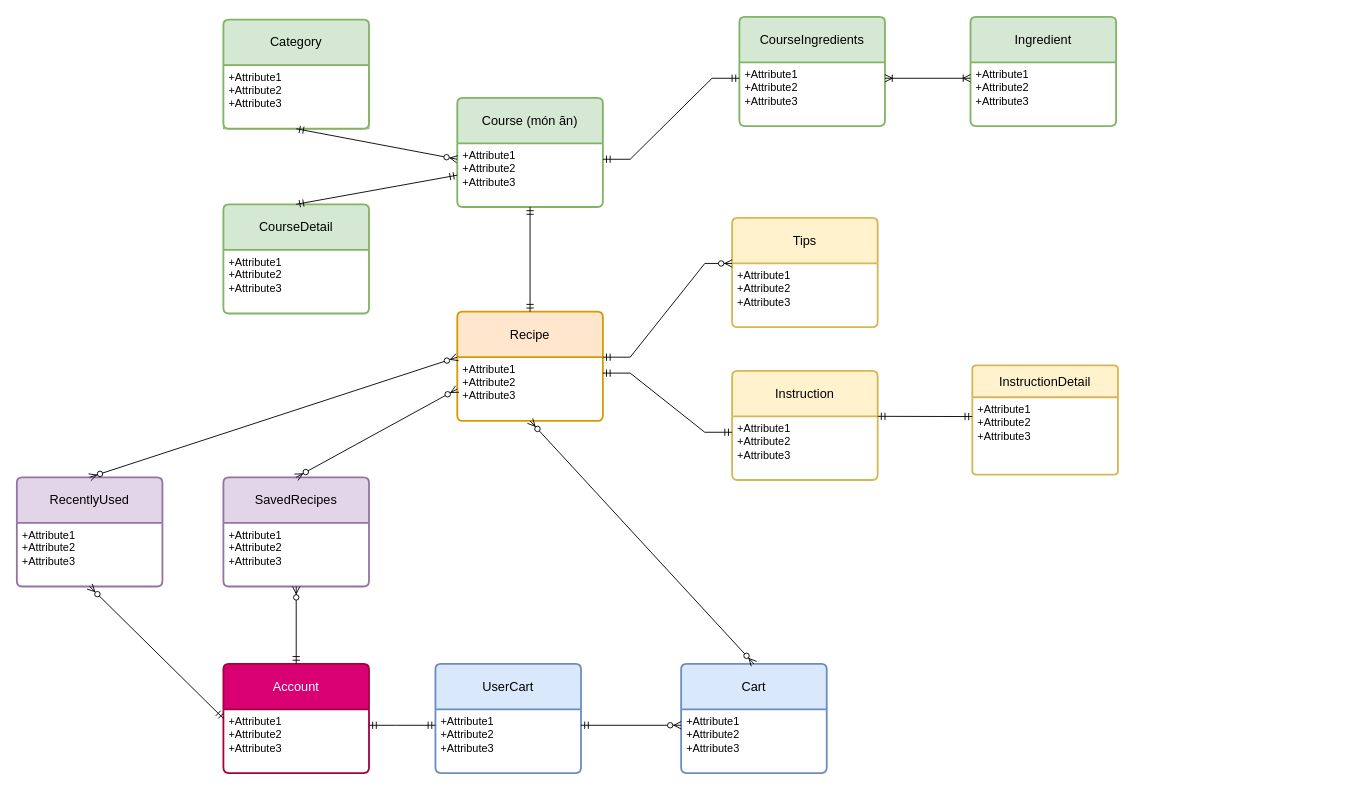
Before: Untitled Diagram.drawio in HoKhanhDang/CookingApp, a draw.io diagram. Source tidied: cells renumbered, new cells numbered last; positions are measured from the earlier drawing's top-left corner, leaving out a move shared by most shapes. Both pictures are drawn from the tidied source at 91%, with x=0, y=0 at pixel (16, 16).
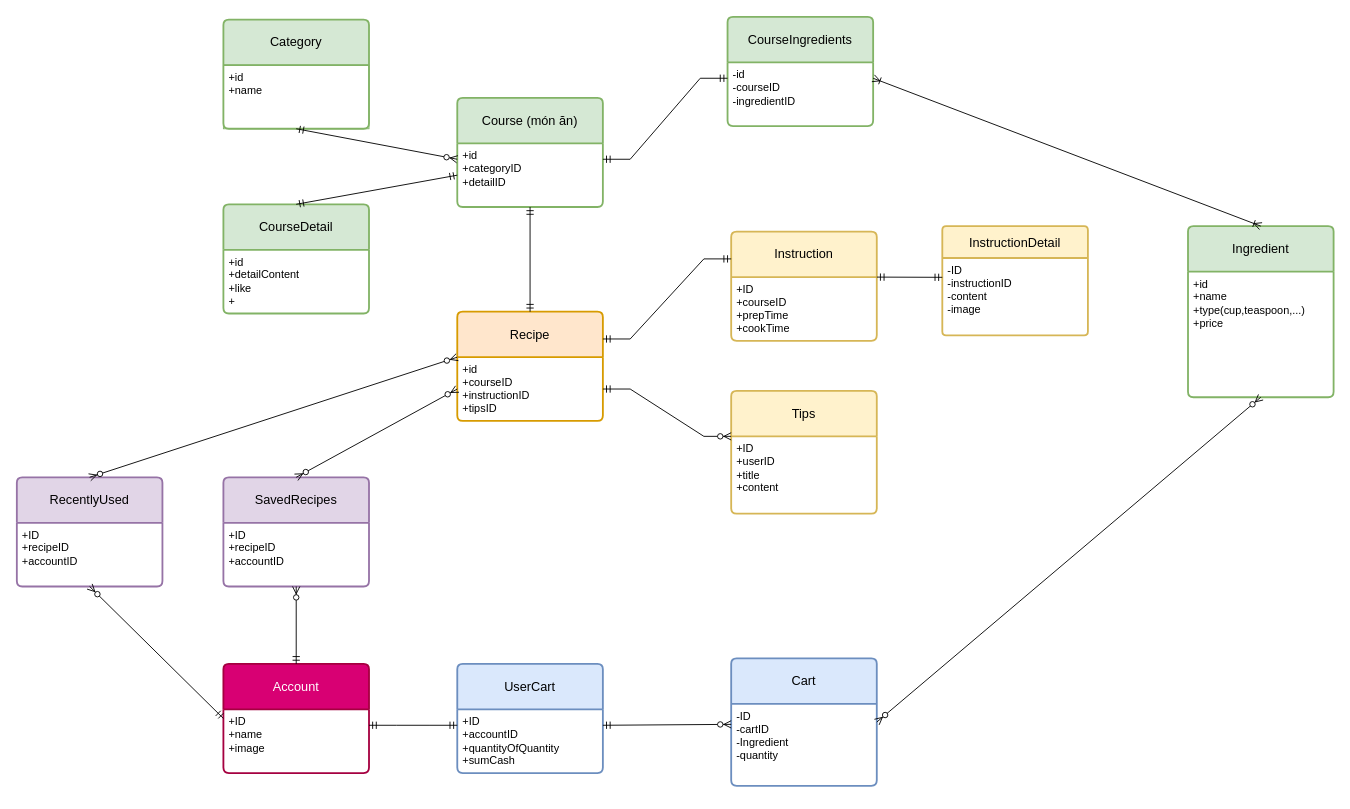
The same diagram, later.

The change refers to these unchanged cells:
```xml
<mxCell id="2" value="Recipe" style="swimlane;horizontal=1;startSize=50;rounded=1;fontSize=14;fontStyle=0;strokeWidth=2;shadow=0;dashed=0;align=center;arcSize=4;whiteSpace=wrap;html=1;fillColor=#ffe6cc;swimlaneFillColor=default;strokeColor=#d79b00;" parent="1" vertex="1">
  <mxGeometry x="484" y="324" width="160" height="120" as="geometry" />
</mxCell>
<mxCell id="8" value="Course (món ăn)" style="swimlane;horizontal=1;startSize=50;rounded=1;fontSize=14;fontStyle=0;strokeWidth=2;shadow=0;dashed=0;align=center;arcSize=4;whiteSpace=wrap;html=1;swimlaneFillColor=default;fillColor=#d5e8d4;strokeColor=#82b366;" parent="1" vertex="1">
  <mxGeometry x="484" y="89" width="160" height="120" as="geometry" />
</mxCell>
<mxCell id="10" value="CourseDetail" style="swimlane;horizontal=1;startSize=50;rounded=1;fontSize=14;fontStyle=0;strokeWidth=2;shadow=0;dashed=0;align=center;arcSize=4;whiteSpace=wrap;html=1;swimlaneFillColor=default;fillColor=#d5e8d4;strokeColor=#82b366;" parent="1" vertex="1">
  <mxGeometry x="227" y="206" width="160" height="120" as="geometry" />
</mxCell>
<mxCell id="18" value="Account" style="swimlane;horizontal=1;startSize=50;rounded=1;fontSize=14;fontStyle=0;strokeWidth=2;shadow=0;dashed=0;align=center;arcSize=4;whiteSpace=wrap;html=1;swimlaneFillColor=default;fillColor=#d80073;fontColor=#ffffff;strokeColor=#A50040;" parent="1" vertex="1">
  <mxGeometry x="227" y="711" width="160" height="120" as="geometry" />
</mxCell>
<mxCell id="20" value="RecentlyUsed" style="swimlane;horizontal=1;startSize=50;rounded=1;fontSize=14;fontStyle=0;strokeWidth=2;shadow=0;dashed=0;align=center;arcSize=4;whiteSpace=wrap;html=1;swimlaneFillColor=default;fillColor=#e1d5e7;strokeColor=#9673a6;" parent="1" vertex="1">
  <mxGeometry y="506" width="160" height="120" as="geometry" />
</mxCell>
<mxCell id="22" value="Category" style="swimlane;horizontal=1;startSize=50;rounded=1;fontSize=14;fontStyle=0;strokeWidth=2;shadow=0;dashed=0;align=center;arcSize=4;whiteSpace=wrap;html=1;swimlaneFillColor=default;fillColor=#d5e8d4;strokeColor=#82b366;" parent="1" vertex="1">
  <mxGeometry x="227" y="3" width="160" height="120" as="geometry" />
</mxCell>
<mxCell id="28" value="SavedRecipes" style="swimlane;horizontal=1;startSize=50;rounded=1;fontSize=14;fontStyle=0;strokeWidth=2;shadow=0;dashed=0;align=center;arcSize=4;whiteSpace=wrap;html=1;swimlaneFillColor=default;fillColor=#e1d5e7;strokeColor=#9673a6;" parent="1" vertex="1">
  <mxGeometry x="227" y="506" width="160" height="120" as="geometry" />
</mxCell>
```

Change to the diagram source:
```diff
@@
-    <mxCell id="3" value="+Attribute1&#10;+Attribute2&#10;+Attribute3" style="align=left;strokeColor=none;fillColor=none;spacingLeft=4;fontSize=12;verticalAlign=top;html=1;" parent="2" vertex="1">
+    <mxCell id="3" value="+id&lt;div&gt;+courseID&lt;/div&gt;&lt;div&gt;+instructionID&lt;/div&gt;&lt;div&gt;+tipsID&lt;/div&gt;" style="align=left;strokeColor=none;fillColor=none;spacingLeft=4;fontSize=12;verticalAlign=top;html=1;" parent="2" vertex="1">
       <mxGeometry y="50" width="160" height="70" as="geometry" />
     </mxCell>
     <mxCell id="4" value="Instruction" style="swimlane;horizontal=1;startSize=50;rounded=1;fontSize=14;fontStyle=0;strokeWidth=2;shadow=0;dashed=0;align=center;arcSize=4;whiteSpace=wrap;html=1;swimlaneFillColor=default;fillColor=#fff2cc;strokeColor=#d6b656;" parent="1" vertex="1">
-      <mxGeometry x="786" y="389" width="160" height="120" as="geometry" />
+      <mxGeometry x="785" y="236" width="160" height="120" as="geometry" />
     </mxCell>
-    <mxCell id="5" value="+Attribute1&#10;+Attribute2&#10;+Attribute3" style="align=left;strokeColor=none;fillColor=none;spacingLeft=4;fontSize=12;verticalAlign=top;html=1;" parent="4" vertex="1">
+    <mxCell id="5" value="+ID&lt;div&gt;+courseID&lt;/div&gt;&lt;div&gt;+prepTime&lt;/div&gt;&lt;div&gt;+cookTime&lt;/div&gt;&lt;div&gt;&lt;br&gt;&lt;/div&gt;" style="align=left;strokeColor=none;fillColor=none;spacingLeft=4;fontSize=12;verticalAlign=top;html=1;" parent="4" vertex="1">
       <mxGeometry y="50" width="160" height="70" as="geometry" />
     </mxCell>
     <mxCell id="6" value="Ingredient" style="swimlane;horizontal=1;startSize=50;rounded=1;fontSize=14;fontStyle=0;strokeWidth=2;shadow=0;dashed=0;align=center;arcSize=4;whiteSpace=wrap;html=1;swimlaneFillColor=default;fillColor=#d5e8d4;strokeColor=#82b366;" parent="1" vertex="1">
-      <mxGeometry x="1048" width="160" height="120" as="geometry" />
+      <mxGeometry x="1287" y="230" width="160" height="188" as="geometry" />
     </mxCell>
-    <mxCell id="7" value="+Attribute1&#10;+Attribute2&#10;+Attribute3" style="align=left;strokeColor=none;fillColor=none;spacingLeft=4;fontSize=12;verticalAlign=top;html=1;" parent="6" vertex="1">
-      <mxGeometry y="50" width="160" height="70" as="geometry" />
+    <mxCell id="7" value="+id&lt;div&gt;+name&lt;/div&gt;&lt;div&gt;+type(cup,teaspoon,...)&lt;/div&gt;&lt;div&gt;+price&lt;/div&gt;&lt;div&gt;&lt;br&gt;&lt;/div&gt;" style="align=left;strokeColor=none;fillColor=none;spacingLeft=4;fontSize=12;verticalAlign=top;html=1;" parent="6" vertex="1">
+      <mxGeometry y="50" width="160" height="138" as="geometry" />
     </mxCell>
@@
-    <mxCell id="9" value="+Attribute1&#10;+Attribute2&#10;+Attribute3" style="align=left;strokeColor=none;fillColor=none;spacingLeft=4;fontSize=12;verticalAlign=top;html=1;" parent="8" vertex="1">
+    <mxCell id="9" value="+id&lt;div&gt;+categoryID&lt;/div&gt;&lt;div&gt;+detailID&lt;/div&gt;&lt;div&gt;&lt;br&gt;&lt;/div&gt;" style="align=left;strokeColor=none;fillColor=none;spacingLeft=4;fontSize=12;verticalAlign=top;html=1;" parent="8" vertex="1">
       <mxGeometry y="50" width="160" height="70" as="geometry" />
     </mxCell>
@@
-    <mxCell id="11" value="+Attribute1&#10;+Attribute2&#10;+Attribute3" style="align=left;strokeColor=none;fillColor=none;spacingLeft=4;fontSize=12;verticalAlign=top;html=1;" parent="10" vertex="1">
+    <mxCell id="11" value="+id&lt;div&gt;+detailContent&lt;/div&gt;&lt;div&gt;+like&lt;/div&gt;&lt;div&gt;+&amp;nbsp;&amp;nbsp;&lt;/div&gt;" style="align=left;strokeColor=none;fillColor=none;spacingLeft=4;fontSize=12;verticalAlign=top;html=1;" parent="10" vertex="1">
       <mxGeometry y="50" width="160" height="70" as="geometry" />
     </mxCell>
     <mxCell id="12" value="InstructionDetail" style="swimlane;horizontal=1;startSize=35;rounded=1;fontSize=14;fontStyle=0;strokeWidth=2;shadow=0;dashed=0;align=center;arcSize=4;whiteSpace=wrap;html=1;swimlaneFillColor=default;fillColor=#fff2cc;strokeColor=#d6b656;" parent="1" vertex="1">
-      <mxGeometry x="1050" y="383" width="160" height="120" as="geometry" />
+      <mxGeometry x="1017" y="230" width="160" height="120" as="geometry" />
     </mxCell>
-    <mxCell id="13" value="+Attribute1&#10;+Attribute2&#10;+Attribute3" style="align=left;strokeColor=none;fillColor=none;spacingLeft=4;fontSize=12;verticalAlign=top;html=1;" parent="12" vertex="1">
+    <mxCell id="13" value="-ID&amp;nbsp;&amp;nbsp;&lt;div&gt;-instructionID&lt;/div&gt;&lt;div&gt;-content&lt;/div&gt;&lt;div&gt;-image&lt;/div&gt;&lt;div&gt;&lt;br&gt;&lt;/div&gt;" style="align=left;strokeColor=none;fillColor=none;spacingLeft=4;fontSize=12;verticalAlign=top;html=1;" parent="12" vertex="1">
       <mxGeometry y="35" width="160" height="85" as="geometry" />
     </mxCell>
     <mxCell id="14" value="Tips" style="swimlane;horizontal=1;startSize=50;rounded=1;fontSize=14;fontStyle=0;strokeWidth=2;shadow=0;dashed=0;align=center;arcSize=4;whiteSpace=wrap;html=1;swimlaneFillColor=default;fillColor=#fff2cc;strokeColor=#d6b656;" parent="1" vertex="1">
-      <mxGeometry x="786" y="221" width="160" height="120" as="geometry" />
+      <mxGeometry x="785" y="411" width="160" height="135" as="geometry" />
     </mxCell>
-    <mxCell id="15" value="+Attribute1&#10;+Attribute2&#10;+Attribute3" style="align=left;strokeColor=none;fillColor=none;spacingLeft=4;fontSize=12;verticalAlign=top;html=1;" parent="14" vertex="1">
-      <mxGeometry y="50" width="160" height="70" as="geometry" />
+    <mxCell id="15" value="+ID&lt;div&gt;+userID&lt;/div&gt;&lt;div&gt;+title&lt;/div&gt;&lt;div&gt;+content&lt;/div&gt;&lt;div&gt;&amp;nbsp;&lt;/div&gt;" style="align=left;strokeColor=none;fillColor=none;spacingLeft=4;fontSize=12;verticalAlign=top;html=1;" parent="14" vertex="1">
+      <mxGeometry y="50" width="160" height="85" as="geometry" />
     </mxCell>
     <mxCell id="16" value="CourseIngredients" style="swimlane;horizontal=1;startSize=50;rounded=1;fontSize=14;fontStyle=0;strokeWidth=2;shadow=0;dashed=0;align=center;arcSize=4;whiteSpace=wrap;html=1;swimlaneFillColor=default;fillColor=#d5e8d4;strokeColor=#82b366;" parent="1" vertex="1">
-      <mxGeometry x="794" width="160" height="120" as="geometry" />
+      <mxGeometry x="781" width="160" height="120" as="geometry" />
     </mxCell>
-    <mxCell id="17" value="+Attribute1&#10;+Attribute2&#10;+Attribute3" style="align=left;strokeColor=none;fillColor=none;spacingLeft=4;fontSize=12;verticalAlign=top;html=1;" parent="16" vertex="1">
+    <mxCell id="17" value="&lt;div&gt;-id&lt;/div&gt;-courseID&lt;div&gt;&lt;span style=&quot;background-color: initial;&quot;&gt;-ingredientID&lt;/span&gt;&lt;/div&gt;&lt;div&gt;&lt;span style=&quot;background-color: initial;&quot;&gt;&amp;nbsp;&lt;/span&gt;&lt;/div&gt;" style="align=left;strokeColor=none;fillColor=none;spacingLeft=4;fontSize=12;verticalAlign=top;html=1;" parent="16" vertex="1">
       <mxGeometry y="50" width="160" height="70" as="geometry" />
     </mxCell>
@@
-    <mxCell id="19" value="+Attribute1&#10;+Attribute2&#10;+Attribute3" style="align=left;strokeColor=none;fillColor=none;spacingLeft=4;fontSize=12;verticalAlign=top;html=1;" parent="18" vertex="1">
+    <mxCell id="19" value="+ID&lt;div&gt;+name&lt;/div&gt;&lt;div&gt;+image&lt;/div&gt;" style="align=left;strokeColor=none;fillColor=none;spacingLeft=4;fontSize=12;verticalAlign=top;html=1;" parent="18" vertex="1">
       <mxGeometry y="50" width="160" height="70" as="geometry" />
     </mxCell>
@@
-    <mxCell id="21" value="+Attribute1&#10;+Attribute2&#10;+Attribute3" style="align=left;strokeColor=none;fillColor=none;spacingLeft=4;fontSize=12;verticalAlign=top;html=1;swimlaneFillColor=default;" parent="20" vertex="1">
+    <mxCell id="21" value="+ID&lt;div&gt;+recipeID&lt;/div&gt;&lt;div&gt;+accountID&lt;/div&gt;" style="align=left;strokeColor=none;fillColor=none;spacingLeft=4;fontSize=12;verticalAlign=top;html=1;swimlaneFillColor=default;" parent="20" vertex="1">
       <mxGeometry y="50" width="160" height="70" as="geometry" />
     </mxCell>
@@
-    <mxCell id="23" value="+Attribute1&#10;+Attribute2&#10;+Attribute3" style="align=left;strokeColor=#82b366;fillColor=none;spacingLeft=4;fontSize=12;verticalAlign=top;html=1;swimlaneFillColor=default;" parent="22" vertex="1">
+    <mxCell id="23" value="+id&lt;div&gt;+name&lt;/div&gt;&lt;div&gt;&lt;br&gt;&lt;/div&gt;" style="align=left;strokeColor=#82b366;fillColor=none;spacingLeft=4;fontSize=12;verticalAlign=top;html=1;swimlaneFillColor=default;" parent="22" vertex="1">
       <mxGeometry y="50" width="160" height="70" as="geometry" />
     </mxCell>
     <mxCell id="24" value="UserCart" style="swimlane;horizontal=1;startSize=50;rounded=1;fontSize=14;fontStyle=0;strokeWidth=2;shadow=0;dashed=0;align=center;arcSize=4;whiteSpace=wrap;html=1;fillColor=#dae8fc;swimlaneFillColor=default;strokeColor=#6c8ebf;" parent="1" vertex="1">
-      <mxGeometry x="460" y="711" width="160" height="120" as="geometry" />
+      <mxGeometry x="484" y="711" width="160" height="120" as="geometry" />
     </mxCell>
-    <mxCell id="25" value="+Attribute1&#10;+Attribute2&#10;+Attribute3" style="align=left;strokeColor=none;fillColor=none;spacingLeft=4;fontSize=12;verticalAlign=top;html=1;" parent="24" vertex="1">
+    <mxCell id="25" value="+ID&lt;div&gt;+accountID&lt;/div&gt;&lt;div&gt;+quantityOfQuantity&lt;/div&gt;&lt;div&gt;+sumCash&lt;/div&gt;" style="align=left;strokeColor=none;fillColor=none;spacingLeft=4;fontSize=12;verticalAlign=top;html=1;" parent="24" vertex="1">
       <mxGeometry y="50" width="160" height="70" as="geometry" />
     </mxCell>
     <mxCell id="26" value="Cart" style="swimlane;horizontal=1;startSize=50;rounded=1;fontSize=14;fontStyle=0;strokeWidth=2;shadow=0;dashed=0;align=center;arcSize=4;whiteSpace=wrap;html=1;fillColor=#dae8fc;swimlaneFillColor=default;strokeColor=#6c8ebf;" parent="1" vertex="1">
-      <mxGeometry x="730" y="711" width="160" height="120" as="geometry" />
+      <mxGeometry x="785" y="705" width="160" height="140" as="geometry" />
     </mxCell>
-    <mxCell id="27" value="+Attribute1&#10;+Attribute2&#10;+Attribute3" style="align=left;strokeColor=none;fillColor=none;spacingLeft=4;fontSize=12;verticalAlign=top;html=1;" parent="26" vertex="1">
-      <mxGeometry y="50" width="160" height="70" as="geometry" />
+    <mxCell id="27" value="-ID&lt;div&gt;-cartID&lt;/div&gt;&lt;div&gt;-Ingredient&lt;/div&gt;&lt;div&gt;-quantity&lt;/div&gt;&lt;div&gt;&lt;br&gt;&lt;/div&gt;&lt;div&gt;&lt;br&gt;&lt;/div&gt;" style="align=left;strokeColor=none;fillColor=none;spacingLeft=4;fontSize=12;verticalAlign=top;html=1;" parent="26" vertex="1">
+      <mxGeometry y="50" width="160" height="90" as="geometry" />
     </mxCell>
+    <mxCell id="45" style="edgeStyle=orthogonalEdgeStyle;rounded=0;orthogonalLoop=1;jettySize=auto;html=1;exitX=0.5;exitY=1;exitDx=0;exitDy=0;" parent="26" edge="1" source="27" target="27">
+      <mxGeometry relative="1" as="geometry" />
+    </mxCell>
@@
-    <mxCell id="29" value="+Attribute1&#10;+Attribute2&#10;+Attribute3" style="align=left;strokeColor=none;fillColor=none;spacingLeft=4;fontSize=12;verticalAlign=top;html=1;swimlaneFillColor=default;" parent="28" vertex="1">
+    <mxCell id="29" value="+ID&lt;div&gt;+recipeID&lt;/div&gt;&lt;div&gt;+accountID&lt;/div&gt;" style="align=left;strokeColor=none;fillColor=none;spacingLeft=4;fontSize=12;verticalAlign=top;html=1;swimlaneFillColor=default;" parent="28" vertex="1">
       <mxGeometry y="50" width="160" height="70" as="geometry" />
     </mxCell>
@@
-    <mxCell id="31" style="fontSize=12;html=1;endArrow=ERoneToMany;startArrow=ERoneToMany;rounded=0;entryX=0;entryY=0.25;entryDx=0;entryDy=0;exitX=1;exitY=0.25;exitDx=0;exitDy=0;" parent="1" edge="1" source="17" target="7">
+    <mxCell id="31" style="fontSize=12;html=1;endArrow=ERoneToMany;startArrow=ERoneToMany;rounded=0;entryX=0.5;entryY=0;entryDx=0;entryDy=0;exitX=1;exitY=0.25;exitDx=0;exitDy=0;" parent="1" edge="1" source="17" target="6">
       <mxGeometry relative="1" as="geometry" />
     </mxCell>
@@
-    <mxCell id="36" style="edgeStyle=entityRelationEdgeStyle;fontSize=12;html=1;endArrow=ERmandOne;startArrow=ERmandOne;rounded=0;exitX=1;exitY=0.25;exitDx=0;exitDy=0;entryX=0;entryY=0.25;entryDx=0;entryDy=0;" parent="1" edge="1" source="3" target="5">
-      <mxGeometry relative="1" as="geometry" />
-    </mxCell>
-    <mxCell id="37" style="edgeStyle=entityRelationEdgeStyle;fontSize=12;html=1;endArrow=ERzeroToMany;startArrow=ERmandOne;rounded=0;entryX=0;entryY=0;entryDx=0;entryDy=0;exitX=1;exitY=0;exitDx=0;exitDy=0;" parent="1" edge="1" source="3" target="15">
+    <mxCell id="37" style="edgeStyle=entityRelationEdgeStyle;fontSize=12;html=1;endArrow=ERzeroToMany;startArrow=ERmandOne;rounded=0;entryX=0;entryY=0;entryDx=0;entryDy=0;exitX=1;exitY=0.5;exitDx=0;exitDy=0;" parent="1" edge="1" source="3" target="15">
       <mxGeometry relative="1" as="geometry" />
     </mxCell>
@@
-    <mxCell id="40" style="fontSize=12;html=1;endArrow=ERzeroToMany;endFill=1;startArrow=ERzeroToMany;rounded=0;entryX=0.5;entryY=1;entryDx=0;entryDy=0;exitX=0.5;exitY=0;exitDx=0;exitDy=0;" parent="1" edge="1" source="26" target="3">
-      <mxGeometry relative="1" as="geometry" />
-    </mxCell>
@@
+    <mxCell id="46" style="edgeStyle=entityRelationEdgeStyle;fontSize=12;html=1;endArrow=ERmandOne;startArrow=ERmandOne;rounded=0;exitX=1;exitY=0.25;exitDx=0;exitDy=0;entryX=0;entryY=0.25;entryDx=0;entryDy=0;" parent="1" edge="1" source="2" target="4">
+      <mxGeometry relative="1" as="geometry" />
+    </mxCell>
+    <mxCell id="47" style="fontSize=12;html=1;endArrow=ERzeroToMany;endFill=1;startArrow=ERzeroToMany;rounded=0;entryX=0.5;entryY=1;entryDx=0;entryDy=0;exitX=1;exitY=0.5;exitDx=0;exitDy=0;" parent="1" edge="1" source="26" target="7">
+      <mxGeometry relative="1" as="geometry" />
+    </mxCell>
```
